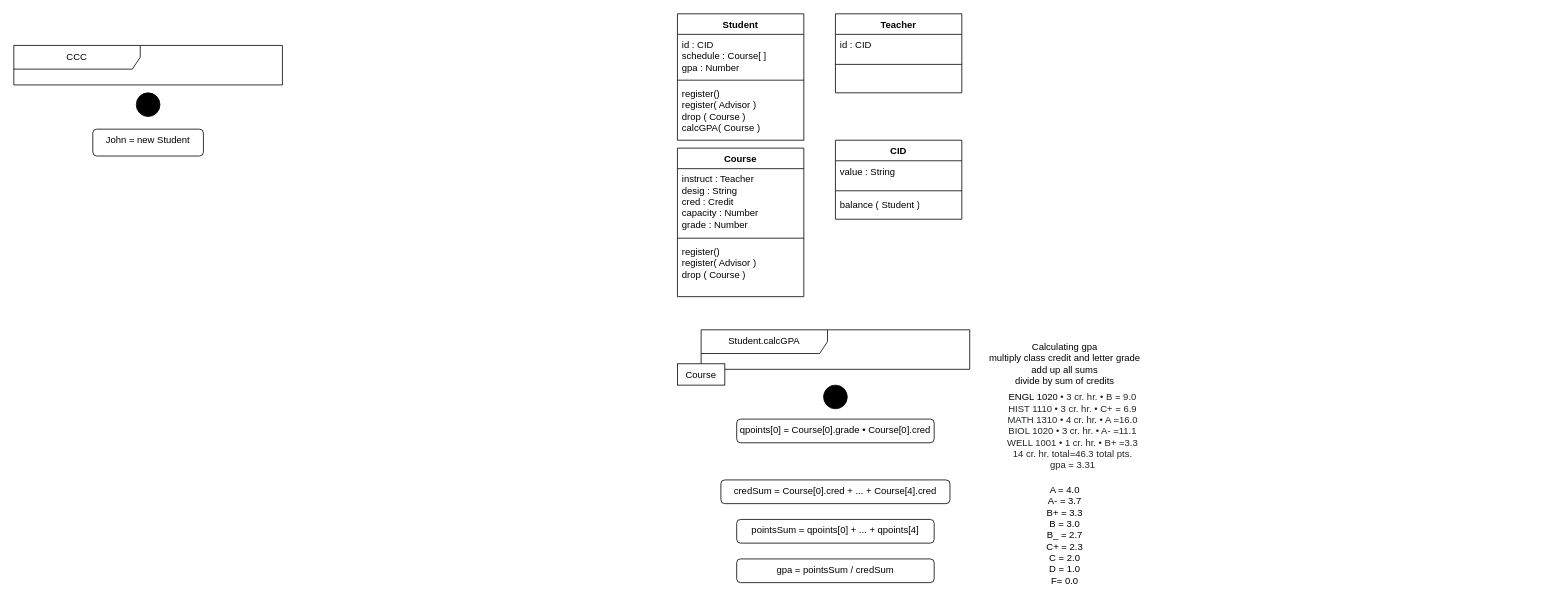
Before: page "CCC" (1 of 2) of ccc-model.drawio in VoltageGP/ccc-model, a draw.io diagram. Source tidied: cells renumbered, new cells numbered last; positions are measured from the earlier drawing's top-left corner, leaving out a move shared by most shapes. Both pictures are drawn from the tidied source at 79%, with x=0, y=0 at pixel (13, 13).
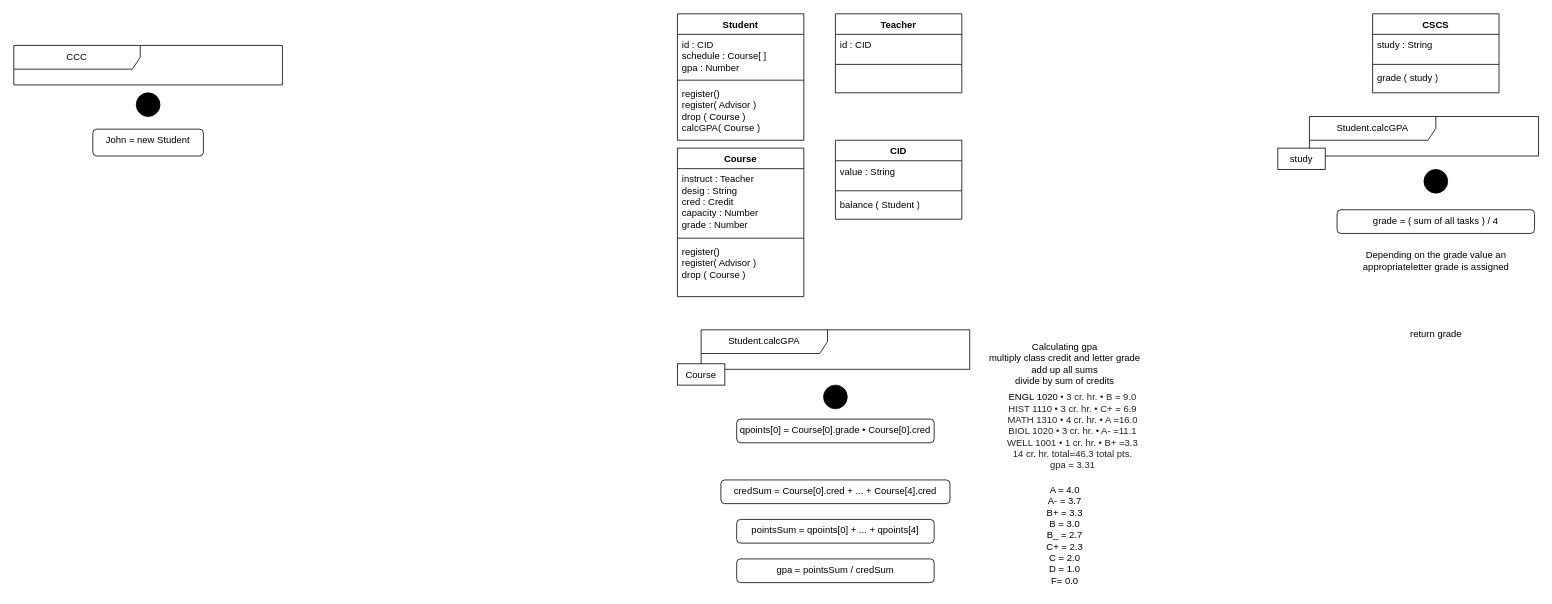
After the change.

Commit message (it also covers changes not shown here):
Added CSCS class with a list called study with simple grade method

The edit, as a diff of the source:
```diff
@@
+    <mxCell id="31" value="CSCS" style="swimlane;fontStyle=1;align=center;verticalAlign=top;horizontal=1;startSize=26;whiteSpace=wrap;html=1;" parent="1" vertex="1">
+      <mxGeometry x="1720" width="160" height="100" as="geometry" />
+    </mxCell>
+    <mxCell id="32" value="study : String" style="text;strokeColor=none;fillColor=none;align=left;verticalAlign=top;spacingLeft=4;spacingRight=4;overflow=hidden;whiteSpace=wrap;html=1;" parent="31" vertex="1">
+      <mxGeometry y="26" width="160" height="34" as="geometry" />
+    </mxCell>
+    <mxCell id="33" style="line;strokeWidth=1;fillColor=none;align=left;verticalAlign=middle;spacingTop=-1;spacingLeft=3;spacingRight=3;labelPosition=right;strokeColor=inherit;" parent="31" vertex="1">
+      <mxGeometry y="60" width="160" height="8" as="geometry" />
+    </mxCell>
+    <mxCell id="34" value="grade ( study )" style="text;strokeColor=none;fillColor=none;align=left;verticalAlign=top;spacingLeft=4;spacingRight=4;overflow=hidden;whiteSpace=wrap;html=1;" parent="31" vertex="1">
+      <mxGeometry y="68" width="160" height="32" as="geometry" />
+    </mxCell>
+    <mxCell id="35" value="Student.calcGPA" style="shape=umlFrame;whiteSpace=wrap;html=1;width=160;" parent="1" vertex="1">
+      <mxGeometry x="1640" y="130" width="290" height="50" as="geometry" />
+    </mxCell>
+    <mxCell id="36" value="study" style="html=1;align=center;verticalAlign=middle;rounded=0;absoluteArcSize=1;arcSize=10;dashed=0;whiteSpace=wrap;" parent="1" vertex="1">
+      <mxGeometry x="1600" y="170" width="60" height="27" as="geometry" />
+    </mxCell>
+    <mxCell id="37" style="ellipse;fillColor=strokeColor;html=1;" parent="1" vertex="1">
+      <mxGeometry x="1785" y="197" width="30" height="30" as="geometry" />
+    </mxCell>
+    <mxCell id="38" value="grade = ( sum of all tasks ) / 4" style="html=1;align=center;verticalAlign=top;rounded=1;absoluteArcSize=1;arcSize=10;dashed=0;whiteSpace=wrap;" parent="1" vertex="1">
+      <mxGeometry x="1675" y="248" width="250" height="30" as="geometry" />
+    </mxCell>
+    <mxCell id="39" value="Depending on the grade value an&lt;br&gt;appropriateletter grade is assigned" style="text;html=1;align=center;verticalAlign=middle;strokeColor=none;fillColor=none;" parent="1" vertex="1">
+      <mxGeometry x="1695" y="293" width="210" height="40" as="geometry" />
+    </mxCell>
+    <mxCell id="40" value="return grade" style="text;html=1;align=center;verticalAlign=middle;strokeColor=none;fillColor=none;" parent="1" vertex="1">
+      <mxGeometry x="1755" y="390" width="90" height="30" as="geometry" />
+    </mxCell>
```
